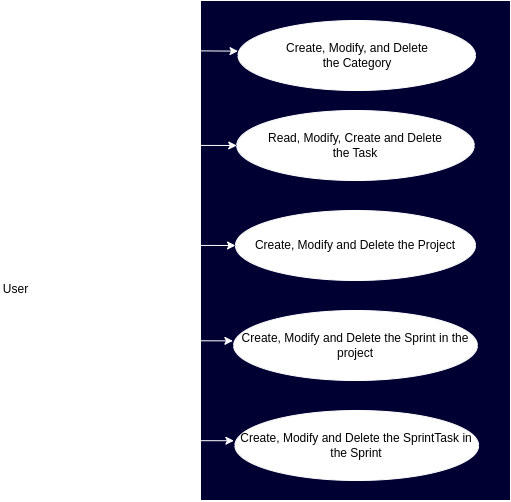
The draw.io diagram design/context_view.png in John321Blacksmith/task_tracker, before a commit. Source tidied: cells renumbered, new cells last; positions are measured from the earlier drawing's top-left corner, leaving out a move shared by most shapes.
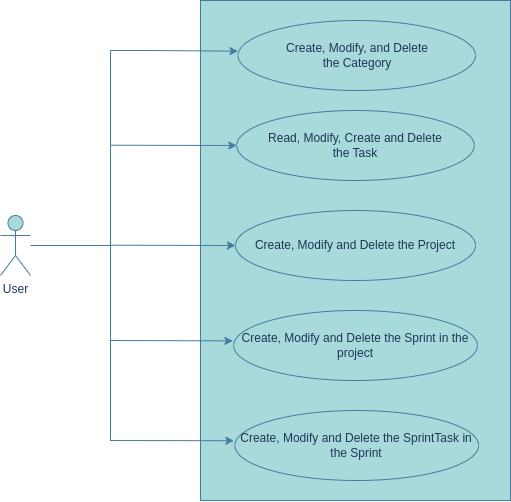
After the commit.

Diff of the diagram source:
```diff
@@ -2,34 +2,34 @@
   <root>
     <mxCell id="0" />
     <mxCell id="1" parent="0" />
-    <mxCell id="2" value="User" style="shape=umlActor;verticalLabelPosition=bottom;verticalAlign=top;html=1;outlineConnect=0;strokeColor=#FFFFFF;" parent="1" vertex="1">
+    <mxCell id="2" value="User" style="shape=umlActor;verticalLabelPosition=bottom;verticalAlign=top;html=1;outlineConnect=0;strokeColor=#457B9D;labelBackgroundColor=none;fillColor=#A8DADC;fontColor=#1D3557;" parent="1" vertex="1">
       <mxGeometry y="215" width="30" height="60" as="geometry" />
     </mxCell>
-    <mxCell id="3" style="rounded=0;whiteSpace=wrap;html=1;strokeColor=#FFFFFF;fillColor=#000033;" parent="1" vertex="1">
+    <mxCell id="3" style="rounded=0;whiteSpace=wrap;html=1;strokeColor=#457B9D;fillColor=#A8DADC;labelBackgroundColor=none;fontColor=#1D3557;" parent="1" vertex="1">
       <mxGeometry x="200" width="310" height="500" as="geometry" />
     </mxCell>
-    <mxCell id="4" value="Read, Modify, Create and Delete&lt;div&gt;the Task&lt;/div&gt;" style="ellipse;whiteSpace=wrap;html=1;strokeColor=#FFFFFF;" parent="1" vertex="1">
+    <mxCell id="4" value="Read, Modify, Create and Delete&lt;div&gt;the Task&lt;/div&gt;" style="ellipse;whiteSpace=wrap;html=1;strokeColor=#457B9D;labelBackgroundColor=none;fillColor=#A8DADC;fontColor=#1D3557;" parent="1" vertex="1">
       <mxGeometry x="236.2" y="110" width="237.5" height="70" as="geometry" />
     </mxCell>
-    <mxCell id="5" value="Create, Modify and Delete the Project" style="ellipse;whiteSpace=wrap;html=1;strokeColor=#FFFFFF;" parent="1" vertex="1">
+    <mxCell id="5" value="Create, Modify and Delete the Project" style="ellipse;whiteSpace=wrap;html=1;strokeColor=#457B9D;labelBackgroundColor=none;fillColor=#A8DADC;fontColor=#1D3557;" parent="1" vertex="1">
       <mxGeometry x="235" y="210" width="240" height="70" as="geometry" />
     </mxCell>
-    <mxCell id="6" value="Create, Modify, and Delete&lt;div&gt;the Category&lt;/div&gt;" style="ellipse;whiteSpace=wrap;html=1;strokeColor=#FFFFFF;" parent="1" vertex="1">
+    <mxCell id="6" value="Create, Modify, and Delete&lt;div&gt;the Category&lt;/div&gt;" style="ellipse;whiteSpace=wrap;html=1;strokeColor=#457B9D;labelBackgroundColor=none;fillColor=#A8DADC;fontColor=#1D3557;" parent="1" vertex="1">
       <mxGeometry x="237.5" y="20" width="237.5" height="70" as="geometry" />
     </mxCell>
-    <mxCell id="7" value="Create, Modify and Delete the Sprint in the project" style="ellipse;whiteSpace=wrap;html=1;strokeColor=#FFFFFF;" parent="1" vertex="1">
+    <mxCell id="7" value="Create, Modify and Delete the Sprint in the project" style="ellipse;whiteSpace=wrap;html=1;strokeColor=#457B9D;labelBackgroundColor=none;fillColor=#A8DADC;fontColor=#1D3557;" parent="1" vertex="1">
       <mxGeometry x="233.1" y="310" width="243.8" height="70" as="geometry" />
     </mxCell>
-    <mxCell id="8" value="Create, Modify and Delete the SprintTask in the Sprint" style="ellipse;whiteSpace=wrap;html=1;strokeColor=#FFFFFF;" parent="1" vertex="1">
+    <mxCell id="8" value="Create, Modify and Delete the SprintTask in the Sprint" style="ellipse;whiteSpace=wrap;html=1;strokeColor=#457B9D;labelBackgroundColor=none;fillColor=#A8DADC;fontColor=#1D3557;" parent="1" vertex="1">
       <mxGeometry x="234.4" y="410" width="243.8" height="70" as="geometry" />
     </mxCell>
-    <mxCell id="9" style="endArrow=none;html=1;rounded=0;strokeColor=#FFFFFF;" parent="1" edge="1">
+    <mxCell id="9" style="endArrow=none;html=1;rounded=0;strokeColor=#457B9D;labelBackgroundColor=none;fontColor=default;" parent="1" edge="1">
       <mxGeometry relative="1" as="geometry">
         <mxPoint x="110" y="440" as="sourcePoint" />
         <mxPoint x="110" y="50" as="targetPoint" />
       </mxGeometry>
     </mxCell>
-    <mxCell id="10" style="endArrow=classic;html=1;rounded=0;entryX=0;entryY=0.438;entryDx=0;entryDy=0;entryPerimeter=0;strokeColor=#FFFFFF;" parent="1" edge="1" target="6">
+    <mxCell id="10" style="endArrow=classic;html=1;rounded=0;entryX=0;entryY=0.438;entryDx=0;entryDy=0;entryPerimeter=0;strokeColor=#457B9D;labelBackgroundColor=none;fontColor=default;" parent="1" edge="1" target="6">
       <mxGeometry relative="1" as="geometry">
         <mxPoint x="110" y="50" as="sourcePoint" />
         <Array as="points">
@@ -37,27 +37,27 @@
         </Array>
       </mxGeometry>
     </mxCell>
-    <mxCell id="11" style="endArrow=classic;html=1;rounded=0;entryX=0;entryY=0.5;entryDx=0;entryDy=0;strokeColor=#FFFFFF;" parent="1" edge="1" target="4">
+    <mxCell id="11" style="endArrow=classic;html=1;rounded=0;entryX=0;entryY=0.5;entryDx=0;entryDy=0;strokeColor=#457B9D;labelBackgroundColor=none;fontColor=default;" parent="1" edge="1" target="4">
       <mxGeometry relative="1" as="geometry">
         <mxPoint x="110" y="144.7" as="sourcePoint" />
       </mxGeometry>
     </mxCell>
-    <mxCell id="12" style="endArrow=classic;html=1;rounded=0;entryX=0;entryY=0.5;entryDx=0;entryDy=0;strokeColor=#FFFFFF;" parent="1" edge="1" target="5">
+    <mxCell id="12" style="endArrow=classic;html=1;rounded=0;entryX=0;entryY=0.5;entryDx=0;entryDy=0;strokeColor=#457B9D;labelBackgroundColor=none;fontColor=default;" parent="1" edge="1" target="5">
       <mxGeometry relative="1" as="geometry">
         <mxPoint x="110" y="244.7" as="sourcePoint" />
       </mxGeometry>
     </mxCell>
-    <mxCell id="13" style="endArrow=classic;html=1;rounded=0;entryX=-0.003;entryY=0.434;entryDx=0;entryDy=0;entryPerimeter=0;strokeColor=#FFFFFF;" parent="1" edge="1" target="7">
+    <mxCell id="13" style="endArrow=classic;html=1;rounded=0;entryX=-0.003;entryY=0.434;entryDx=0;entryDy=0;entryPerimeter=0;strokeColor=#457B9D;labelBackgroundColor=none;fontColor=default;" parent="1" edge="1" target="7">
       <mxGeometry relative="1" as="geometry">
         <mxPoint x="110" y="340" as="sourcePoint" />
       </mxGeometry>
     </mxCell>
-    <mxCell id="14" style="endArrow=classic;html=1;rounded=0;entryX=-0.004;entryY=0.432;entryDx=0;entryDy=0;entryPerimeter=0;strokeColor=#FFFFFF;" parent="1" edge="1" target="8">
+    <mxCell id="14" style="endArrow=classic;html=1;rounded=0;entryX=-0.004;entryY=0.432;entryDx=0;entryDy=0;entryPerimeter=0;strokeColor=#457B9D;labelBackgroundColor=none;fontColor=default;" parent="1" edge="1" target="8">
       <mxGeometry relative="1" as="geometry">
         <mxPoint x="109.5" y="440" as="sourcePoint" />
       </mxGeometry>
     </mxCell>
-    <mxCell id="15" style="endArrow=none;html=1;rounded=0;strokeColor=#FFFFFF;" parent="1" edge="1" source="2">
+    <mxCell id="15" style="endArrow=none;html=1;rounded=0;strokeColor=#457B9D;labelBackgroundColor=none;fontColor=default;" parent="1" edge="1" source="2">
       <mxGeometry relative="1" as="geometry">
         <mxPoint x="110" y="245" as="targetPoint" />
       </mxGeometry>
```
